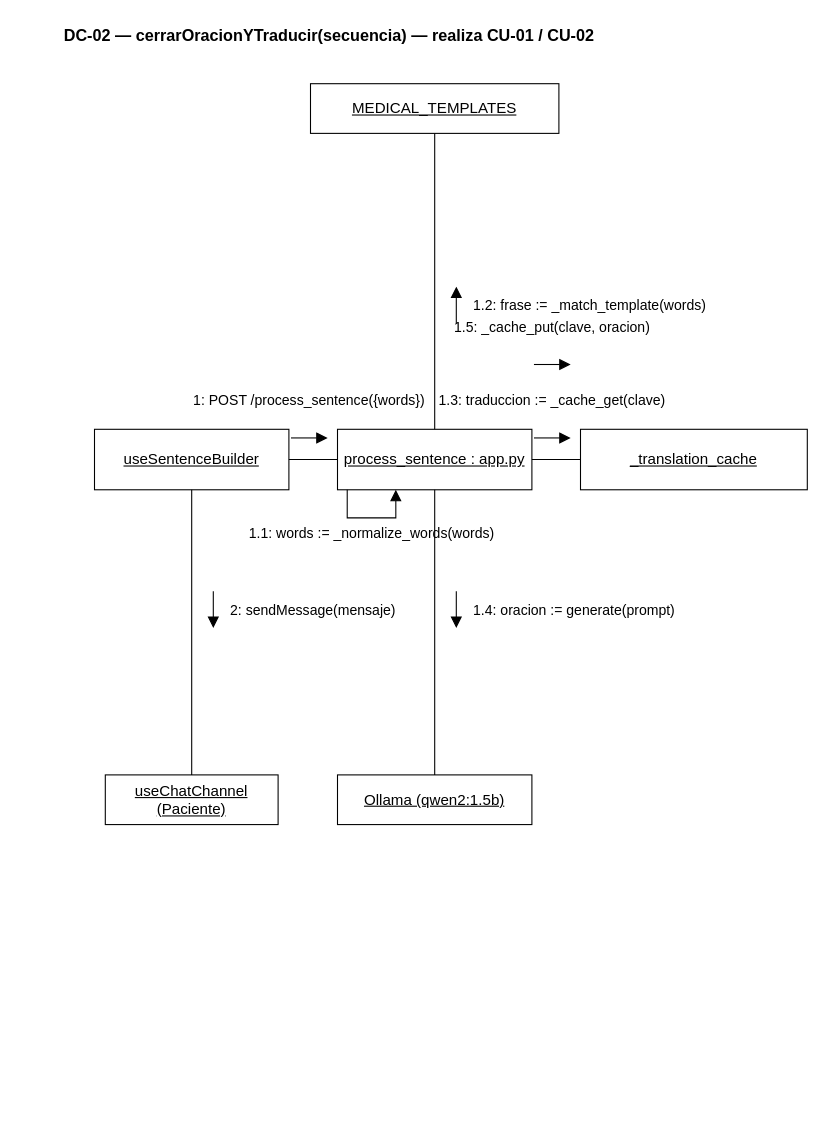
Before: docs/diagramas/colaboracion/08_colaboracion_dc02.drawio in santinohamada/Nexora, a draw.io diagram. Source tidied: cells renumbered, new cells numbered last; positions are measured from the earlier drawing's top-left corner, leaving out a move shared by most shapes. Both pictures are drawn from the tidied source at 108%, with x=0, y=0 at pixel (62, 18).
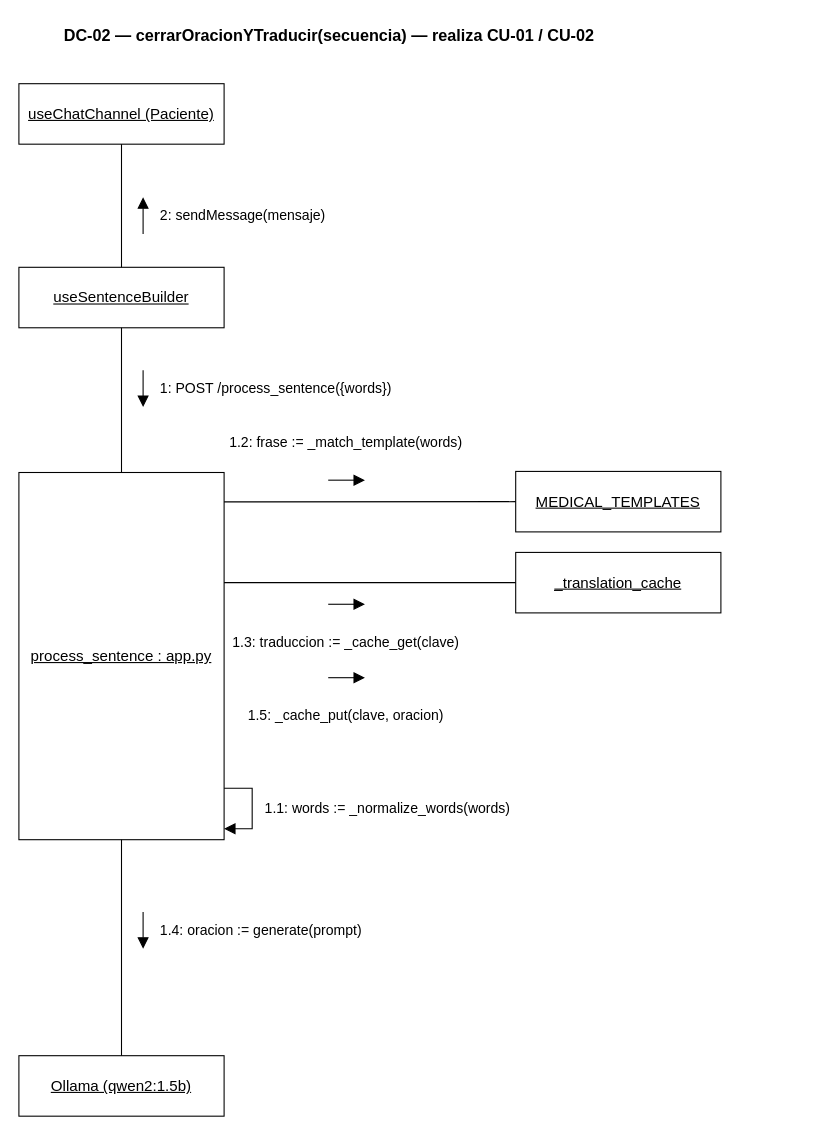
The same diagram, later.

Change to the diagram source:
```diff
@@
     <mxCell id="2" value="DC-02 — cerrarOracionYTraducir(secuencia) — realiza CU-01 / CU-02" style="text;html=1;align=left;verticalAlign=middle;fontFamily=Helvetica;fontSize=15;fontStyle=1;whiteSpace=wrap;" parent="1" vertex="1">
-      <mxGeometry width="660" height="30" as="geometry" />
+      <mxGeometry width="610" height="30" as="geometry" />
     </mxCell>
-    <mxCell id="3" value="&lt;u&gt;MEDICAL_TEMPLATES&lt;/u&gt;" style="rounded=0;whiteSpace=wrap;html=1;fillColor=#ffffff;strokeColor=#000000;fontFamily=Helvetica;fontSize=14;align=center;verticalAlign=middle;" parent="1" vertex="1">
-      <mxGeometry x="230" y="60" width="230" height="46" as="geometry" />
+    <mxCell id="3" value="&lt;u&gt;useChatChannel (Paciente)&lt;/u&gt;" style="rounded=0;whiteSpace=wrap;html=1;fillColor=#ffffff;strokeColor=#000000;fontFamily=Helvetica;fontSize=14;align=center;verticalAlign=middle;" parent="1" vertex="1">
+      <mxGeometry x="-40" y="60" width="190" height="56" as="geometry" />
     </mxCell>
     <mxCell id="4" value="&lt;u&gt;useSentenceBuilder&lt;/u&gt;" style="rounded=0;whiteSpace=wrap;html=1;fillColor=#ffffff;strokeColor=#000000;fontFamily=Helvetica;fontSize=14;align=center;verticalAlign=middle;" parent="1" vertex="1">
-      <mxGeometry x="30" y="380" width="180" height="56" as="geometry" />
+      <mxGeometry x="-40" y="230" width="190" height="56" as="geometry" />
     </mxCell>
     <mxCell id="5" value="&lt;u&gt;process_sentence : app.py&lt;/u&gt;" style="rounded=0;whiteSpace=wrap;html=1;fillColor=#ffffff;strokeColor=#000000;fontFamily=Helvetica;fontSize=14;align=center;verticalAlign=middle;" parent="1" vertex="1">
-      <mxGeometry x="255" y="380" width="180" height="56" as="geometry" />
+      <mxGeometry x="-40" y="420" width="190" height="340" as="geometry" />
     </mxCell>
-    <mxCell id="6" value="&lt;u&gt;_translation_cache&lt;/u&gt;" style="rounded=0;whiteSpace=wrap;html=1;fillColor=#ffffff;strokeColor=#000000;fontFamily=Helvetica;fontSize=14;align=center;verticalAlign=middle;" parent="1" vertex="1">
-      <mxGeometry x="480" y="380" width="210" height="56" as="geometry" />
+    <mxCell id="6" value="&lt;u&gt;MEDICAL_TEMPLATES&lt;/u&gt;" style="rounded=0;whiteSpace=wrap;html=1;fillColor=#ffffff;strokeColor=#000000;fontFamily=Helvetica;fontSize=14;align=center;verticalAlign=middle;" parent="1" vertex="1">
+      <mxGeometry x="420" y="419" width="190" height="56" as="geometry" />
     </mxCell>
-    <mxCell id="7" value="&lt;u&gt;Ollama (qwen2:1.5b)&lt;/u&gt;" style="rounded=0;whiteSpace=wrap;html=1;fillColor=#ffffff;strokeColor=#000000;fontFamily=Helvetica;fontSize=14;align=center;verticalAlign=middle;" parent="1" vertex="1">
-      <mxGeometry x="255" y="700" width="180" height="46" as="geometry" />
+    <mxCell id="7" value="&lt;u&gt;_translation_cache&lt;/u&gt;" style="rounded=0;whiteSpace=wrap;html=1;fillColor=#ffffff;strokeColor=#000000;fontFamily=Helvetica;fontSize=14;align=center;verticalAlign=middle;" parent="1" vertex="1">
+      <mxGeometry x="420" y="494" width="190" height="56" as="geometry" />
     </mxCell>
-    <mxCell id="8" value="&lt;u&gt;useChatChannel (Paciente)&lt;/u&gt;" style="rounded=0;whiteSpace=wrap;html=1;fillColor=#ffffff;strokeColor=#000000;fontFamily=Helvetica;fontSize=14;align=center;verticalAlign=middle;" parent="1" vertex="1">
-      <mxGeometry x="40" y="700" width="160" height="46" as="geometry" />
+    <mxCell id="8" value="&lt;u&gt;Ollama (qwen2:1.5b)&lt;/u&gt;" style="rounded=0;whiteSpace=wrap;html=1;fillColor=#ffffff;strokeColor=#000000;fontFamily=Helvetica;fontSize=14;align=center;verticalAlign=middle;" parent="1" vertex="1">
+      <mxGeometry x="-40" y="960" width="190" height="56" as="geometry" />
     </mxCell>
     <mxCell id="9" style="endArrow=none;startArrow=none;html=1;strokeColor=#000000;strokeWidth=1;rounded=0;" parent="1" edge="1">
       <mxGeometry relative="1" as="geometry">
-        <mxPoint x="210" y="408" as="sourcePoint" />
-        <mxPoint x="255" y="408" as="targetPoint" />
+        <mxPoint x="55" y="230" as="sourcePoint" />
+        <mxPoint x="55" y="116" as="targetPoint" />
       </mxGeometry>
     </mxCell>
     <mxCell id="10" style="endArrow=block;startArrow=none;endFill=1;endSize=8;html=1;strokeColor=#000000;strokeWidth=1;rounded=0;" parent="1" edge="1">
       <mxGeometry relative="1" as="geometry">
-        <mxPoint x="211.9" y="388" as="sourcePoint" />
-        <mxPoint x="245.9" y="388" as="targetPoint" />
+        <mxPoint x="75" y="199.1" as="sourcePoint" />
+        <mxPoint x="75" y="165.1" as="targetPoint" />
       </mxGeometry>
     </mxCell>
-    <mxCell id="11" value="1: POST /process_sentence({words})" style="text;html=1;align=center;verticalAlign=middle;fontFamily=Helvetica;fontSize=13;whiteSpace=wrap;" parent="1" vertex="1">
-      <mxGeometry x="118.9" y="332" width="220" height="42" as="geometry" />
+    <mxCell id="11" value="2: sendMessage(mensaje)" style="text;html=1;align=left;verticalAlign=middle;fontFamily=Helvetica;fontSize=13;whiteSpace=wrap;" parent="1" vertex="1">
+      <mxGeometry x="89" y="172.1" width="175" height="20" as="geometry" />
     </mxCell>
-    <mxCell id="12" style="endArrow=block;startArrow=none;endFill=1;endSize=8;html=1;strokeColor=#000000;strokeWidth=1;rounded=0;" parent="1" edge="1">
+    <mxCell id="12" style="endArrow=none;startArrow=none;html=1;strokeColor=#000000;strokeWidth=1;rounded=0;" parent="1" edge="1">
       <mxGeometry relative="1" as="geometry">
-        <mxPoint x="264" y="436" as="sourcePoint" />
-        <mxPoint x="309" y="436" as="targetPoint" />
-        <Array as="points">
-          <mxPoint x="264" y="462" />
-          <mxPoint x="309" y="462" />
-        </Array>
+        <mxPoint x="55" y="286" as="sourcePoint" />
+        <mxPoint x="55" y="420" as="targetPoint" />
       </mxGeometry>
     </mxCell>
-    <mxCell id="13" value="1.1: words := _normalize_words(words)" style="text;html=1;align=center;verticalAlign=middle;fontFamily=Helvetica;fontSize=13;whiteSpace=wrap;" parent="1" vertex="1">
-      <mxGeometry x="171.5" y="455" width="230" height="42" as="geometry" />
+    <mxCell id="13" style="endArrow=block;startArrow=none;endFill=1;endSize=8;html=1;strokeColor=#000000;strokeWidth=1;rounded=0;" parent="1" edge="1">
+      <mxGeometry relative="1" as="geometry">
+        <mxPoint x="75" y="325.3" as="sourcePoint" />
+        <mxPoint x="75" y="359.3" as="targetPoint" />
+      </mxGeometry>
     </mxCell>
-    <mxCell id="14" style="endArrow=none;startArrow=none;html=1;strokeColor=#000000;strokeWidth=1;rounded=0;" parent="1" edge="1">
-      <mxGeometry relative="1" as="geometry">
-        <mxPoint x="345" y="380" as="sourcePoint" />
-        <mxPoint x="345" y="106" as="targetPoint" />
-      </mxGeometry>
+    <mxCell id="14" value="1: POST /process_sentence({words})" style="text;html=1;align=left;verticalAlign=middle;fontFamily=Helvetica;fontSize=13;whiteSpace=wrap;" parent="1" vertex="1">
+      <mxGeometry x="89" y="321.3" width="220" height="42" as="geometry" />
     </mxCell>
-    <mxCell id="15" style="endArrow=block;startArrow=none;endFill=1;endSize=8;html=1;strokeColor=#000000;strokeWidth=1;rounded=0;" parent="1" edge="1">
+    <mxCell id="15" style="endArrow=none;startArrow=none;html=1;strokeColor=#000000;strokeWidth=1;rounded=0;" parent="1" edge="1">
       <mxGeometry relative="1" as="geometry">
-        <mxPoint x="365" y="281.9" as="sourcePoint" />
-        <mxPoint x="365" y="247.9" as="targetPoint" />
+        <mxPoint x="150" y="447.2" as="sourcePoint" />
+        <mxPoint x="420" y="447" as="targetPoint" />
       </mxGeometry>
     </mxCell>
-    <mxCell id="16" value="1.2: frase := _match_template(words)" style="text;html=1;align=left;verticalAlign=middle;fontFamily=Helvetica;fontSize=13;whiteSpace=wrap;" parent="1" vertex="1">
-      <mxGeometry x="379" y="243.9" width="220" height="42" as="geometry" />
+    <mxCell id="16" style="endArrow=block;startArrow=none;endFill=1;endSize=8;html=1;strokeColor=#000000;strokeWidth=1;rounded=0;" parent="1" edge="1">
+      <mxGeometry relative="1" as="geometry">
+        <mxPoint x="246.4" y="427.1" as="sourcePoint" />
+        <mxPoint x="280.4" y="427.1" as="targetPoint" />
+      </mxGeometry>
     </mxCell>
-    <mxCell id="17" style="endArrow=none;startArrow=none;html=1;strokeColor=#000000;strokeWidth=1;rounded=0;" parent="1" edge="1">
-      <mxGeometry relative="1" as="geometry">
-        <mxPoint x="435" y="408" as="sourcePoint" />
-        <mxPoint x="480" y="408" as="targetPoint" />
-      </mxGeometry>
+    <mxCell id="17" value="1.2: frase := _match_template(words)" style="text;html=1;align=center;verticalAlign=middle;fontFamily=Helvetica;fontSize=13;whiteSpace=wrap;" parent="1" vertex="1">
+      <mxGeometry x="153.4" y="371.1" width="220" height="42" as="geometry" />
     </mxCell>
-    <mxCell id="18" style="endArrow=block;startArrow=none;endFill=1;endSize=8;html=1;strokeColor=#000000;strokeWidth=1;rounded=0;" parent="1" edge="1">
+    <mxCell id="18" style="endArrow=none;startArrow=none;html=1;strokeColor=#000000;strokeWidth=1;rounded=0;" parent="1" edge="1">
       <mxGeometry relative="1" as="geometry">
-        <mxPoint x="436.9" y="388" as="sourcePoint" />
-        <mxPoint x="470.9" y="388" as="targetPoint" />
+        <mxPoint x="420" y="522" as="sourcePoint" />
+        <mxPoint x="150" y="522" as="targetPoint" />
       </mxGeometry>
     </mxCell>
-    <mxCell id="19" value="1.3: traduccion := _cache_get(clave)" style="text;html=1;align=center;verticalAlign=middle;fontFamily=Helvetica;fontSize=13;whiteSpace=wrap;" parent="1" vertex="1">
-      <mxGeometry x="343.9" y="332" width="220" height="42" as="geometry" />
+    <mxCell id="19" style="endArrow=block;startArrow=none;endFill=1;endSize=8;html=1;strokeColor=#000000;strokeWidth=1;rounded=0;" parent="1" edge="1">
+      <mxGeometry relative="1" as="geometry">
+        <mxPoint x="246.4" y="542" as="sourcePoint" />
+        <mxPoint x="280.4" y="542" as="targetPoint" />
+      </mxGeometry>
     </mxCell>
-    <mxCell id="20" style="endArrow=block;startArrow=none;endFill=1;endSize=8;html=1;strokeColor=#000000;strokeWidth=1;rounded=0;" parent="1" edge="1">
-      <mxGeometry relative="1" as="geometry">
-        <mxPoint x="436.9" y="320" as="sourcePoint" />
-        <mxPoint x="470.9" y="320" as="targetPoint" />
-      </mxGeometry>
+    <mxCell id="20" value="1.3: traduccion := _cache_get(clave)" style="text;html=1;align=center;verticalAlign=middle;fontFamily=Helvetica;fontSize=13;whiteSpace=wrap;" parent="1" vertex="1">
+      <mxGeometry x="153.4" y="556" width="220" height="42" as="geometry" />
     </mxCell>
-    <mxCell id="21" value="1.5: _cache_put(clave, oracion)" style="text;html=1;align=center;verticalAlign=middle;fontFamily=Helvetica;fontSize=13;whiteSpace=wrap;" parent="1" vertex="1">
-      <mxGeometry x="343.9" y="264" width="220" height="42" as="geometry" />
+    <mxCell id="21" style="endArrow=block;startArrow=none;endFill=1;endSize=8;html=1;strokeColor=#000000;strokeWidth=1;rounded=0;" parent="1" edge="1">
+      <mxGeometry relative="1" as="geometry">
+        <mxPoint x="246.4" y="610" as="sourcePoint" />
+        <mxPoint x="280.4" y="610" as="targetPoint" />
+      </mxGeometry>
     </mxCell>
-    <mxCell id="22" style="endArrow=none;startArrow=none;html=1;strokeColor=#000000;strokeWidth=1;rounded=0;" parent="1" edge="1">
-      <mxGeometry relative="1" as="geometry">
-        <mxPoint x="345" y="436" as="sourcePoint" />
-        <mxPoint x="345" y="700" as="targetPoint" />
-      </mxGeometry>
+    <mxCell id="22" value="1.5: _cache_put(clave, oracion)" style="text;html=1;align=center;verticalAlign=middle;fontFamily=Helvetica;fontSize=13;whiteSpace=wrap;" parent="1" vertex="1">
+      <mxGeometry x="153.4" y="624" width="220" height="42" as="geometry" />
     </mxCell>
     <mxCell id="23" style="endArrow=block;startArrow=none;endFill=1;endSize=8;html=1;strokeColor=#000000;strokeWidth=1;rounded=0;" parent="1" edge="1">
       <mxGeometry relative="1" as="geometry">
-        <mxPoint x="365" y="529.9" as="sourcePoint" />
-        <mxPoint x="365" y="563.9" as="targetPoint" />
+        <mxPoint x="150" y="712.4" as="sourcePoint" />
+        <mxPoint x="150" y="749.8" as="targetPoint" />
+        <Array as="points">
+          <mxPoint x="176" y="712.4" />
+          <mxPoint x="176" y="749.8" />
+        </Array>
       </mxGeometry>
     </mxCell>
-    <mxCell id="24" value="1.4: oracion := generate(prompt)" style="text;html=1;align=left;verticalAlign=middle;fontFamily=Helvetica;fontSize=13;whiteSpace=wrap;" parent="1" vertex="1">
-      <mxGeometry x="379" y="525.9" width="220" height="42" as="geometry" />
+    <mxCell id="24" value="1.1: words := _normalize_words(words)" style="text;html=1;align=left;verticalAlign=middle;fontFamily=Helvetica;fontSize=13;whiteSpace=wrap;" parent="1" vertex="1">
+      <mxGeometry x="186" y="710.1" width="230" height="42" as="geometry" />
     </mxCell>
     <mxCell id="25" style="endArrow=none;startArrow=none;html=1;strokeColor=#000000;strokeWidth=1;rounded=0;" parent="1" edge="1">
       <mxGeometry relative="1" as="geometry">
-        <mxPoint x="120" y="436" as="sourcePoint" />
-        <mxPoint x="120" y="700" as="targetPoint" />
+        <mxPoint x="55" y="760" as="sourcePoint" />
+        <mxPoint x="55" y="960" as="targetPoint" />
       </mxGeometry>
     </mxCell>
     <mxCell id="26" style="endArrow=block;startArrow=none;endFill=1;endSize=8;html=1;strokeColor=#000000;strokeWidth=1;rounded=0;" parent="1" edge="1">
       <mxGeometry relative="1" as="geometry">
-        <mxPoint x="140" y="529.9" as="sourcePoint" />
-        <mxPoint x="140" y="563.9" as="targetPoint" />
+        <mxPoint x="75" y="827" as="sourcePoint" />
+        <mxPoint x="75" y="861" as="targetPoint" />
       </mxGeometry>
     </mxCell>
-    <mxCell id="27" value="2: sendMessage(mensaje)" style="text;html=1;align=left;verticalAlign=middle;fontFamily=Helvetica;fontSize=13;whiteSpace=wrap;" parent="1" vertex="1">
-      <mxGeometry x="154" y="536.9" width="175" height="20" as="geometry" />
+    <mxCell id="27" value="1.4: oracion := generate(prompt)" style="text;html=1;align=left;verticalAlign=middle;fontFamily=Helvetica;fontSize=13;whiteSpace=wrap;" parent="1" vertex="1">
+      <mxGeometry x="89" y="823" width="220" height="42" as="geometry" />
     </mxCell>
```
